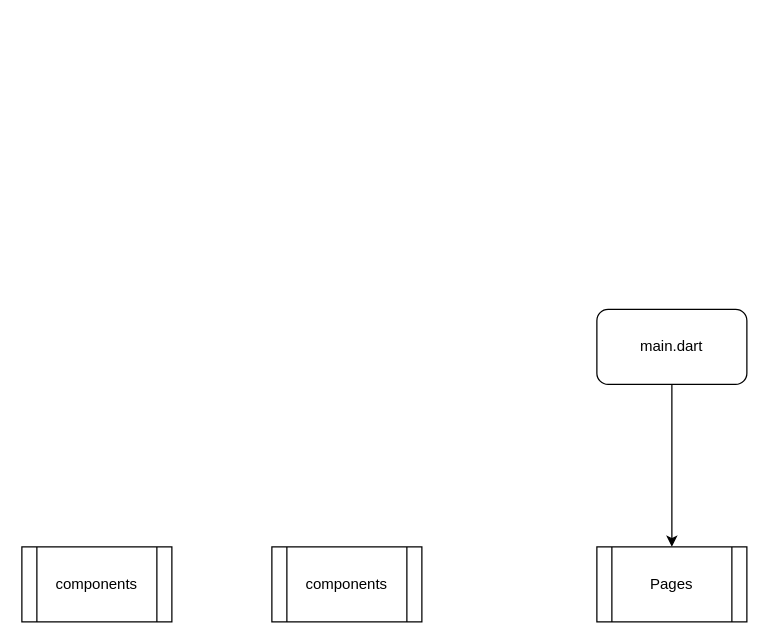
Before: workflows.drawio in Onebluesky882/WorkDee, a draw.io diagram. Source tidied: cells renumbered, new cells numbered last; positions are measured from the earlier drawing's top-left corner, leaving out a move shared by most shapes. Both pictures are drawn from the tidied source at 125%, with x=0, y=0 at pixel (21, 309).
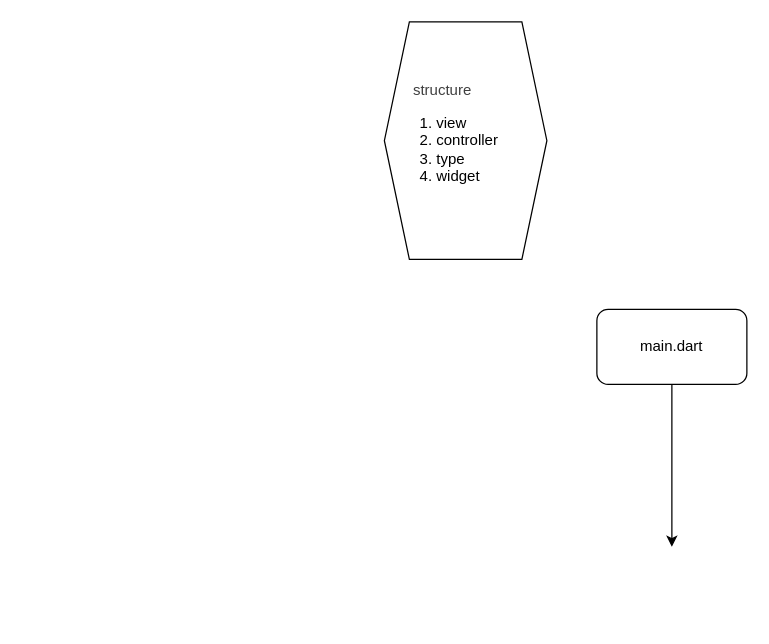
After the change.

Change to the diagram source:
```diff
@@
 <mxGraphModel>
   <root>
     <mxCell id="0" />
     <mxCell id="1" parent="0" />
-    <mxCell id="2" style="edgeStyle=orthogonalEdgeStyle;html=1;entryX=0.5;entryY=0;entryDx=0;entryDy=0;" parent="1" edge="1" source="3" target="4">
-      <mxGeometry relative="1" as="geometry" />
+    <mxCell id="2" style="edgeStyle=orthogonalEdgeStyle;html=1;entryX=0.5;entryY=0;entryDx=0;entryDy=0;" parent="1" edge="1" source="3">
+      <mxGeometry relative="1" as="geometry">
+        <mxPoint x="520" y="190" as="targetPoint" />
+      </mxGeometry>
     </mxCell>
     <mxCell id="3" value="main.dart" style="rounded=1;whiteSpace=wrap;html=1;" parent="1" vertex="1">
       <mxGeometry x="460" width="120" height="60" as="geometry" />
     </mxCell>
-    <mxCell id="4" value="Pages" style="shape=process;whiteSpace=wrap;html=1;backgroundOutline=1;" parent="1" vertex="1">
-      <mxGeometry x="460" y="190" width="120" height="60" as="geometry" />
-    </mxCell>
-    <mxCell id="5" value="components" style="shape=process;whiteSpace=wrap;html=1;backgroundOutline=1;" parent="1" vertex="1">
-      <mxGeometry x="200" y="190" width="120" height="60" as="geometry" />
-    </mxCell>
-    <mxCell id="6" value="components" style="shape=process;whiteSpace=wrap;html=1;backgroundOutline=1;" parent="1" vertex="1">
-      <mxGeometry y="190" width="120" height="60" as="geometry" />
+    <mxCell id="6" value="&lt;div style=&quot;&quot;&gt;&lt;div style=&quot;text-align: center;&quot;&gt;&lt;span style=&quot;background-color: transparent; color: rgb(63, 63, 63);&quot;&gt;structure&lt;/span&gt;&lt;/div&gt;&lt;ol&gt;&lt;li&gt;view&amp;nbsp;&lt;/li&gt;&lt;li&gt;controller&lt;/li&gt;&lt;li&gt;type&lt;/li&gt;&lt;li&gt;widget&lt;/li&gt;&lt;/ol&gt;&lt;/div&gt;" style="shape=hexagon;perimeter=hexagonPerimeter2;whiteSpace=wrap;html=1;fixedSize=1;align=left;" parent="1" vertex="1">
+      <mxGeometry x="290" y="-230" width="130" height="190" as="geometry" />
     </mxCell>
   </root>
 </mxGraphModel>
```
